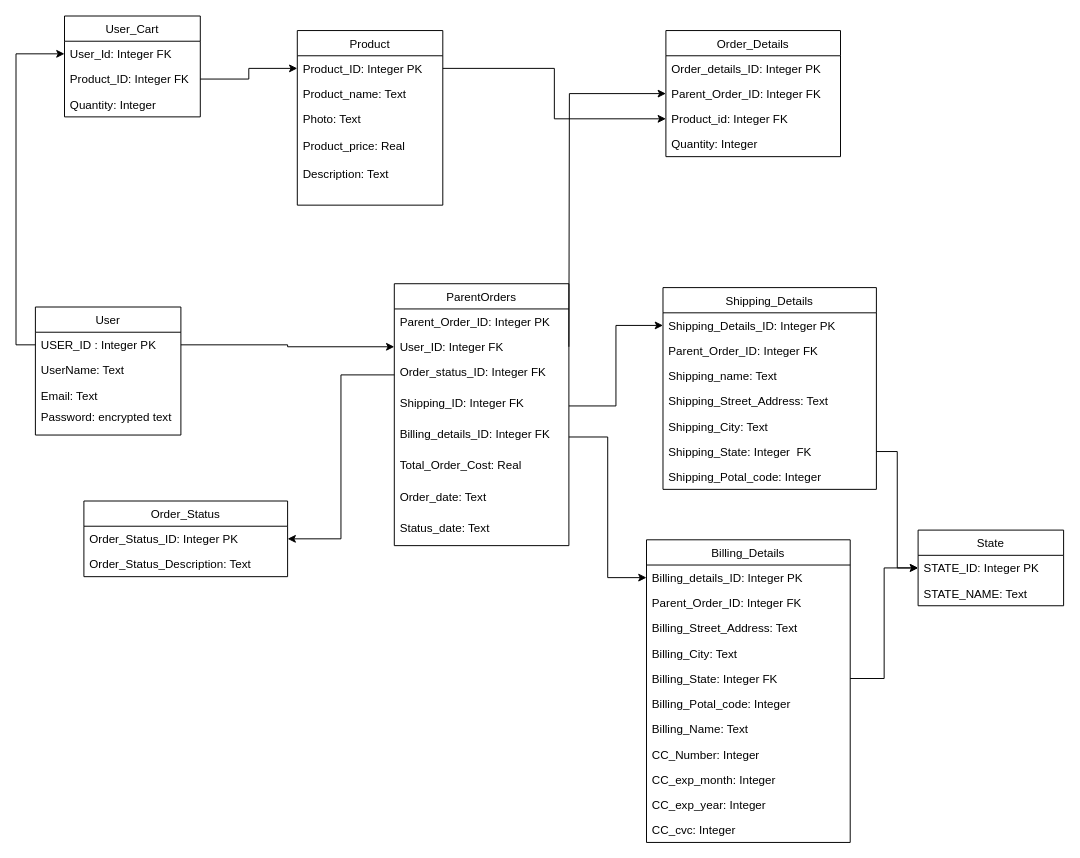
Above: Database/ER Diagram.drawio in kimlake117/KWW (draw.io), before the change. Source tidied: cells renumbered, new cells numbered last; positions are measured from the earlier drawing's top-left corner, leaving out a move shared by most shapes. Both pictures are drawn from the tidied source at 97%, with x=0, y=0 at pixel (35, 16).
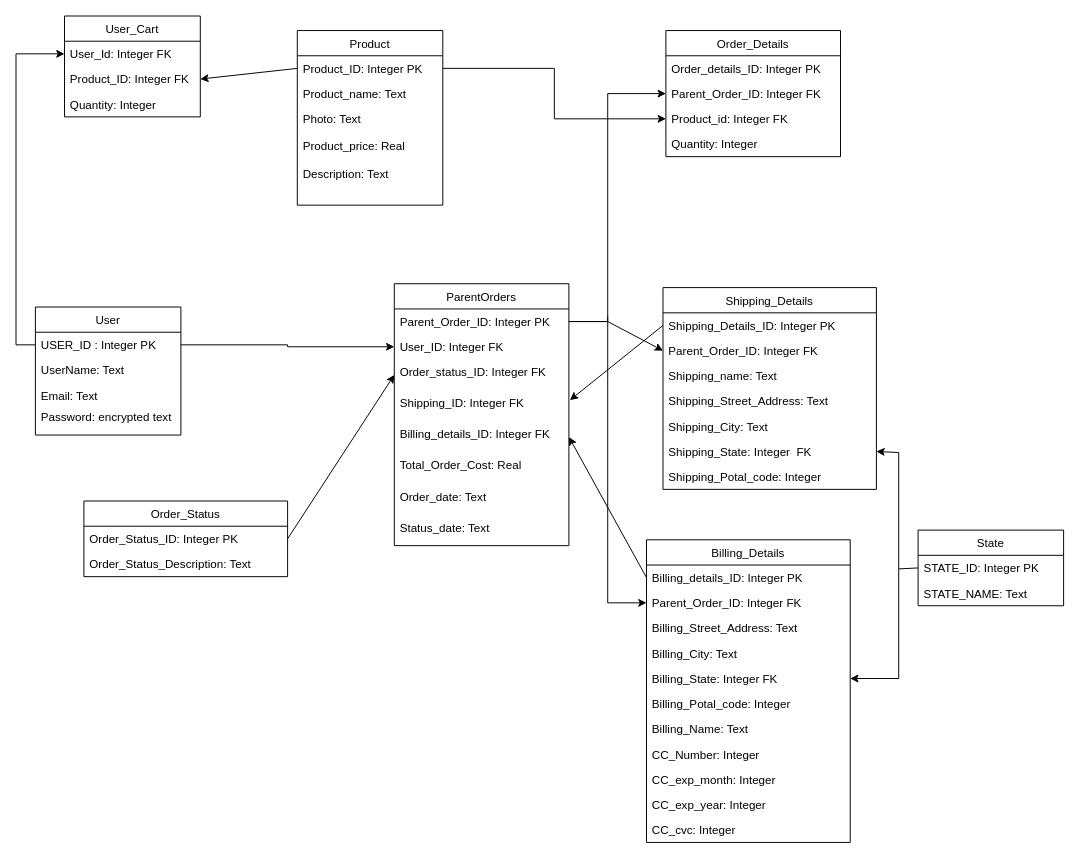
Above is the later version.

Unchanged cells that the change refers to:
```xml
<mxCell id="8" value="Product_ID: Integer PK" style="text;strokeColor=none;fillColor=none;align=left;verticalAlign=top;spacingLeft=4;spacingRight=4;overflow=hidden;points=[[0,0.5],[1,0.5]];portConstraint=eastwest;" parent="7" vertex="1">
  <mxGeometry y="26" width="150" height="26" as="geometry" />
</mxCell>
<mxCell id="12" value="Parent_Order_ID: Integer PK" style="text;strokeColor=none;fillColor=none;align=left;verticalAlign=top;spacingLeft=4;spacingRight=4;overflow=hidden;points=[[0,0.5],[1,0.5]];portConstraint=eastwest;" parent="11" vertex="1">
  <mxGeometry y="26" width="180" height="26" as="geometry" />
</mxCell>
<mxCell id="14" value="Order_status_ID: Integer FK" style="text;strokeColor=none;fillColor=none;align=left;verticalAlign=top;spacingLeft=4;spacingRight=4;overflow=hidden;points=[[0,0.5],[1,0.5]];portConstraint=eastwest;" parent="11" vertex="1">
  <mxGeometry y="78" width="180" height="32" as="geometry" />
</mxCell>
<mxCell id="15" value="Shipping_ID: Integer FK" style="text;strokeColor=none;fillColor=none;align=left;verticalAlign=top;spacingLeft=4;spacingRight=4;overflow=hidden;points=[[0,0.5],[1,0.5]];portConstraint=eastwest;" parent="11" vertex="1">
  <mxGeometry y="110" width="180" height="32" as="geometry" />
</mxCell>
<mxCell id="16" value="Billing_details_ID: Integer FK" style="text;strokeColor=none;fillColor=none;align=left;verticalAlign=top;spacingLeft=4;spacingRight=4;overflow=hidden;points=[[0,0.5],[1,0.5]];portConstraint=eastwest;" parent="11" vertex="1">
  <mxGeometry y="142" width="180" height="32" as="geometry" />
</mxCell>
<mxCell id="22" value="Parent_Order_ID: Integer FK" style="text;strokeColor=none;fillColor=none;align=left;verticalAlign=top;spacingLeft=4;spacingRight=4;overflow=hidden;points=[[0,0.5],[1,0.5]];portConstraint=eastwest;" parent="20" vertex="1">
  <mxGeometry y="52" width="180" height="26" as="geometry" />
</mxCell>
<mxCell id="26" value="Order_Status_ID: Integer PK" style="text;strokeColor=none;fillColor=none;align=left;verticalAlign=top;spacingLeft=4;spacingRight=4;overflow=hidden;points=[[0,0.5],[1,0.5]];portConstraint=eastwest;" parent="25" vertex="1">
  <mxGeometry y="26" width="210" height="26" as="geometry" />
</mxCell>
<mxCell id="29" value="Shipping_Details_ID: Integer PK" style="text;strokeColor=none;fillColor=none;align=left;verticalAlign=top;spacingLeft=4;spacingRight=4;overflow=hidden;points=[[0,0.5],[1,0.5]];portConstraint=eastwest;" parent="28" vertex="1">
  <mxGeometry y="26" width="220" height="26" as="geometry" />
</mxCell>
<mxCell id="30" value="Parent_Order_ID: Integer FK" style="text;strokeColor=none;fillColor=none;align=left;verticalAlign=top;spacingLeft=4;spacingRight=4;overflow=hidden;points=[[0,0.5],[1,0.5]];portConstraint=eastwest;" parent="28" vertex="1">
  <mxGeometry y="52" width="220" height="26" as="geometry" />
</mxCell>
<mxCell id="34" value="Shipping_State: Integer  FK" style="text;strokeColor=none;fillColor=none;align=left;verticalAlign=top;spacingLeft=4;spacingRight=4;overflow=hidden;points=[[0,0.5],[1,0.5]];portConstraint=eastwest;" parent="28" vertex="1">
  <mxGeometry y="156" width="220" height="26" as="geometry" />
</mxCell>
<mxCell id="37" value="STATE_ID: Integer PK" style="text;strokeColor=none;fillColor=none;align=left;verticalAlign=top;spacingLeft=4;spacingRight=4;overflow=hidden;points=[[0,0.5],[1,0.5]];portConstraint=eastwest;" parent="36" vertex="1">
  <mxGeometry y="26" width="150" height="26" as="geometry" />
</mxCell>
<mxCell id="40" value="Billing_details_ID: Integer PK" style="text;strokeColor=none;fillColor=none;align=left;verticalAlign=top;spacingLeft=4;spacingRight=4;overflow=hidden;points=[[0,0.5],[1,0.5]];portConstraint=eastwest;" parent="39" vertex="1">
  <mxGeometry y="26" width="210" height="26" as="geometry" />
</mxCell>
<mxCell id="41" value="Parent_Order_ID: Integer FK" style="text;strokeColor=none;fillColor=none;align=left;verticalAlign=top;spacingLeft=4;spacingRight=4;overflow=hidden;points=[[0,0.5],[1,0.5]];portConstraint=eastwest;" parent="39" vertex="1">
  <mxGeometry y="52" width="210" height="26" as="geometry" />
</mxCell>
<mxCell id="44" value="Billing_State: Integer FK" style="text;strokeColor=none;fillColor=none;align=left;verticalAlign=top;spacingLeft=4;spacingRight=4;overflow=hidden;points=[[0,0.5],[1,0.5]];portConstraint=eastwest;" parent="39" vertex="1">
  <mxGeometry y="130" width="210" height="26" as="geometry" />
</mxCell>
<mxCell id="53" value="Product_ID: Integer FK" style="text;strokeColor=none;fillColor=none;align=left;verticalAlign=top;spacingLeft=4;spacingRight=4;overflow=hidden;points=[[0,0.5],[1,0.5]];portConstraint=eastwest;" parent="51" vertex="1">
  <mxGeometry y="52" width="140" height="26" as="geometry" />
</mxCell>
```

Diff of the diagram source:
```diff
@@
-    <mxCell id="55" style="edgeStyle=orthogonalEdgeStyle;rounded=0;jettySize=auto;html=1;exitX=1;exitY=0.5;exitDx=0;exitDy=0;entryX=0;entryY=0.5;entryDx=0;entryDy=0;" parent="1" edge="1" source="15" target="29">
-      <mxGeometry relative="1" as="geometry" />
-    </mxCell>
-    <mxCell id="56" style="edgeStyle=orthogonalEdgeStyle;rounded=0;jettySize=auto;html=1;exitX=1;exitY=0.5;exitDx=0;exitDy=0;entryX=0;entryY=0.5;entryDx=0;entryDy=0;" parent="1" edge="1" source="16" target="40">
-      <mxGeometry relative="1" as="geometry" />
-    </mxCell>
-    <mxCell id="57" style="edgeStyle=orthogonalEdgeStyle;rounded=0;jettySize=auto;html=1;exitX=0;exitY=0.5;exitDx=0;exitDy=0;entryX=1;entryY=0.5;entryDx=0;entryDy=0;" parent="1" edge="1" source="14" target="26">
-      <mxGeometry relative="1" as="geometry" />
-    </mxCell>
-    <mxCell id="58" style="edgeStyle=orthogonalEdgeStyle;rounded=0;jettySize=auto;html=1;exitX=1;exitY=0.5;exitDx=0;exitDy=0;entryX=0;entryY=0.5;entryDx=0;entryDy=0;" parent="1" edge="1" source="44" target="37">
-      <mxGeometry relative="1" as="geometry" />
-    </mxCell>
-    <mxCell id="59" style="edgeStyle=orthogonalEdgeStyle;rounded=0;jettySize=auto;html=1;exitX=1;exitY=0.5;exitDx=0;exitDy=0;entryX=0;entryY=0.5;entryDx=0;entryDy=0;" parent="1" edge="1" source="34" target="37">
-      <mxGeometry relative="1" as="geometry" />
-    </mxCell>
-    <mxCell id="60" style="edgeStyle=orthogonalEdgeStyle;rounded=0;jettySize=auto;html=1;exitX=1;exitY=0.5;exitDx=0;exitDy=0;entryX=0;entryY=0.5;entryDx=0;entryDy=0;" parent="1" edge="1" target="22">
+    <mxCell id="60" style="edgeStyle=orthogonalEdgeStyle;rounded=0;jettySize=auto;html=1;exitX=1;exitY=0.5;exitDx=0;exitDy=0;entryX=0;entryY=0.5;entryDx=0;entryDy=0;" parent="1" edge="1" source="12" target="22">
       <mxGeometry relative="1" as="geometry">
-        <mxPoint x="550" y="341" as="sourcePoint" />
+        <Array as="points">
+          <mxPoint x="590" y="315" />
+          <mxPoint x="590" y="80" />
+        </Array>
       </mxGeometry>
     </mxCell>
@@
-    <mxCell id="64" style="edgeStyle=orthogonalEdgeStyle;rounded=0;jettySize=auto;html=1;exitX=1;exitY=0.5;exitDx=0;exitDy=0;" parent="1" edge="1" source="53" target="8">
-      <mxGeometry relative="1" as="geometry" />
-    </mxCell>
+    <mxCell id="65" style="endArrow=classic;html=1;rounded=0;entryX=1.006;entryY=0.313;entryDx=0;entryDy=0;entryPerimeter=0;exitX=0;exitY=0.5;exitDx=0;exitDy=0;" parent="1" edge="1" source="29" target="15">
+      <mxGeometry relative="1" as="geometry" />
+    </mxCell>
+    <mxCell id="66" style="endArrow=classic;html=1;rounded=0;exitX=0;exitY=0.5;exitDx=0;exitDy=0;entryX=1;entryY=0.5;entryDx=0;entryDy=0;" parent="1" edge="1" source="40" target="16">
+      <mxGeometry relative="1" as="geometry" />
+    </mxCell>
+    <mxCell id="67" style="endArrow=classic;html=1;rounded=0;exitX=1;exitY=0.5;exitDx=0;exitDy=0;entryX=0;entryY=0.5;entryDx=0;entryDy=0;" parent="1" edge="1" source="26" target="14">
+      <mxGeometry relative="1" as="geometry" />
+    </mxCell>
+    <mxCell id="68" style="endArrow=classic;html=1;rounded=0;exitX=0;exitY=0.5;exitDx=0;exitDy=0;entryX=1;entryY=0.5;entryDx=0;entryDy=0;" parent="1" edge="1" source="37" target="34">
+      <mxGeometry relative="1" as="geometry">
+        <Array as="points">
+          <mxPoint x="890" y="570" />
+          <mxPoint x="890" y="450" />
+        </Array>
+      </mxGeometry>
+    </mxCell>
+    <mxCell id="69" style="endArrow=classic;html=1;rounded=0;entryX=1;entryY=0.5;entryDx=0;entryDy=0;" parent="1" edge="1" target="44">
+      <mxGeometry relative="1" as="geometry">
+        <mxPoint x="890" y="570" as="sourcePoint" />
+        <Array as="points">
+          <mxPoint x="890" y="683" />
+        </Array>
+      </mxGeometry>
+    </mxCell>
+    <mxCell id="70" style="endArrow=classic;html=1;rounded=0;exitX=0;exitY=0.5;exitDx=0;exitDy=0;entryX=1;entryY=0.5;entryDx=0;entryDy=0;" parent="1" edge="1" source="8" target="53">
+      <mxGeometry relative="1" as="geometry" />
+    </mxCell>
+    <mxCell id="71" style="endArrow=classic;html=1;rounded=0;entryX=0;entryY=0.5;entryDx=0;entryDy=0;" parent="1" edge="1" target="41">
+      <mxGeometry relative="1" as="geometry">
+        <mxPoint x="590" y="310" as="sourcePoint" />
+        <Array as="points">
+          <mxPoint x="590" y="605" />
+        </Array>
+      </mxGeometry>
+    </mxCell>
+    <mxCell id="72" style="endArrow=classic;html=1;rounded=0;entryX=0;entryY=0.5;entryDx=0;entryDy=0;exitX=1;exitY=0.5;exitDx=0;exitDy=0;" parent="1" edge="1" source="12" target="30">
+      <mxGeometry relative="1" as="geometry">
+        <Array as="points">
+          <mxPoint x="590" y="315" />
+        </Array>
+      </mxGeometry>
+    </mxCell>
```
